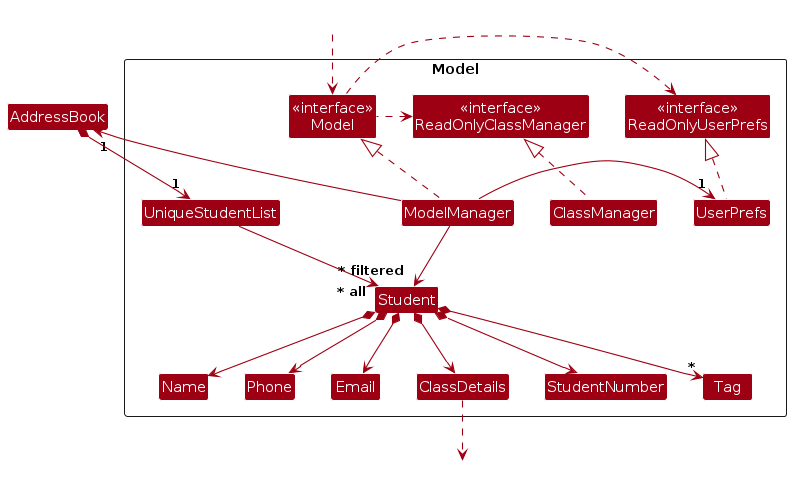
The PlantUML diagram diagrams/ModelClassDiagram.png in AY2324S1-CS2103T-T11-1/tp, before a commit. Its source is kept beside it as diagrams/ModelClassDiagram.puml.
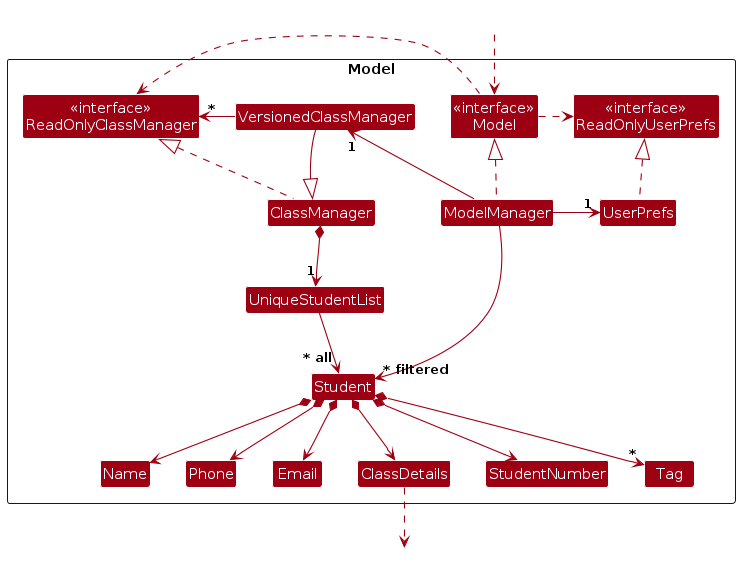
After the change.

Change to the diagram source:
```diff
@@ -8,6 +8,7 @@
 Class "<<interface>>\nReadOnlyClassManager" as ReadOnlyClassManager
 Class "<<interface>>\nReadOnlyUserPrefs" as ReadOnlyUserPrefs
 Class "<<interface>>\nModel" as Model
+Class VersionedClassManager
 Class ClassManager
 Class ModelManager
 Class UserPrefs
@@ -27,16 +28,19 @@
 Class HiddenOutside #FFFFFF
 HiddenOutside ..> Model
 
+
 ClassManager .up.|> ReadOnlyClassManager
-
+VersionedClassManager -|> ClassManager
+VersionedClassManager -> "*" ReadOnlyClassManager
+VersionedClassManager -[hidden]left-> ClassManager
 ModelManager .up.|> Model
 Model .right.> ReadOnlyUserPrefs
 Model .left.> ReadOnlyClassManager
-ModelManager -left-> "1" AddressBook
+ModelManager -left-> "1" VersionedClassManager
 ModelManager -right-> "1" UserPrefs
 UserPrefs .up.|> ReadOnlyUserPrefs
 
-AddressBook *--> "1" UniqueStudentList
+ClassManager *--> "1" UniqueStudentList
 UniqueStudentList --> "~* all" Student
 Student *--> Name
 Student *--> Phone
@@ -55,5 +59,5 @@
 Class HiddenClassDetails #FFFFFF
 ClassDetails ..> HiddenClassDetails
 
-ModelManager --> "~* filtered" Student
+ModelManager ---> "~* filtered" Student
 @enduml
```
